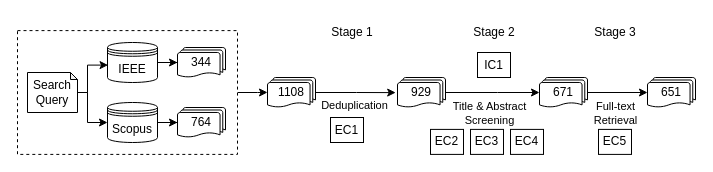
The draw.io diagram SWARCH_SLR.drawio in modeldrivendevopsai/mddoai, before the edit. Source tidied: cells renumbered, new cells numbered last; positions are measured from the earlier drawing's top-left corner, leaving out a move shared by most shapes. Both pictures are drawn from the tidied source at 100%, with x=0, y=0 at pixel (17, 17).
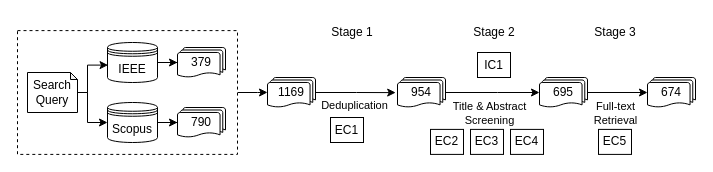
After the change.

Commit message:
Updated PRISMA after search string update

Diff of the diagram source:
```diff
@@
-    <mxCell id="9" value="764" style="strokeWidth=1;html=1;shape=mxgraph.flowchart.multi-document;whiteSpace=wrap;" parent="1" vertex="1">
+    <mxCell id="9" value="790" style="strokeWidth=1;html=1;shape=mxgraph.flowchart.multi-document;whiteSpace=wrap;" parent="1" vertex="1">
       <mxGeometry x="160" y="90" width="48" height="30" as="geometry" />
     </mxCell>
-    <mxCell id="10" value="344" style="strokeWidth=1;html=1;shape=mxgraph.flowchart.multi-document;whiteSpace=wrap;" parent="1" vertex="1">
+    <mxCell id="10" value="379" style="strokeWidth=1;html=1;shape=mxgraph.flowchart.multi-document;whiteSpace=wrap;" parent="1" vertex="1">
       <mxGeometry x="160" y="30" width="48" height="30" as="geometry" />
     </mxCell>
@@
-    <mxCell id="15" value="1108" style="strokeWidth=1;html=1;shape=mxgraph.flowchart.multi-document;whiteSpace=wrap;" parent="1" vertex="1">
+    <mxCell id="15" value="1169" style="strokeWidth=1;html=1;shape=mxgraph.flowchart.multi-document;whiteSpace=wrap;" parent="1" vertex="1">
       <mxGeometry x="250" y="60" width="48" height="30" as="geometry" />
     </mxCell>
@@
-    <mxCell id="18" value="929" style="strokeWidth=1;html=1;shape=mxgraph.flowchart.multi-document;whiteSpace=wrap;" parent="1" vertex="1">
+    <mxCell id="18" value="954" style="strokeWidth=1;html=1;shape=mxgraph.flowchart.multi-document;whiteSpace=wrap;" parent="1" vertex="1">
       <mxGeometry x="380" y="60" width="48" height="30" as="geometry" />
     </mxCell>
@@
-    <mxCell id="20" value="671" style="strokeWidth=1;html=1;shape=mxgraph.flowchart.multi-document;whiteSpace=wrap;" parent="1" vertex="1">
+    <mxCell id="20" value="695" style="strokeWidth=1;html=1;shape=mxgraph.flowchart.multi-document;whiteSpace=wrap;" parent="1" vertex="1">
       <mxGeometry x="522" y="60" width="48" height="30" as="geometry" />
     </mxCell>
@@
-    <mxCell id="24" value="651" style="strokeWidth=1;html=1;shape=mxgraph.flowchart.multi-document;whiteSpace=wrap;" parent="1" vertex="1">
+    <mxCell id="24" value="674" style="strokeWidth=1;html=1;shape=mxgraph.flowchart.multi-document;whiteSpace=wrap;" parent="1" vertex="1">
       <mxGeometry x="630" y="60" width="48" height="30" as="geometry" />
     </mxCell>
```
